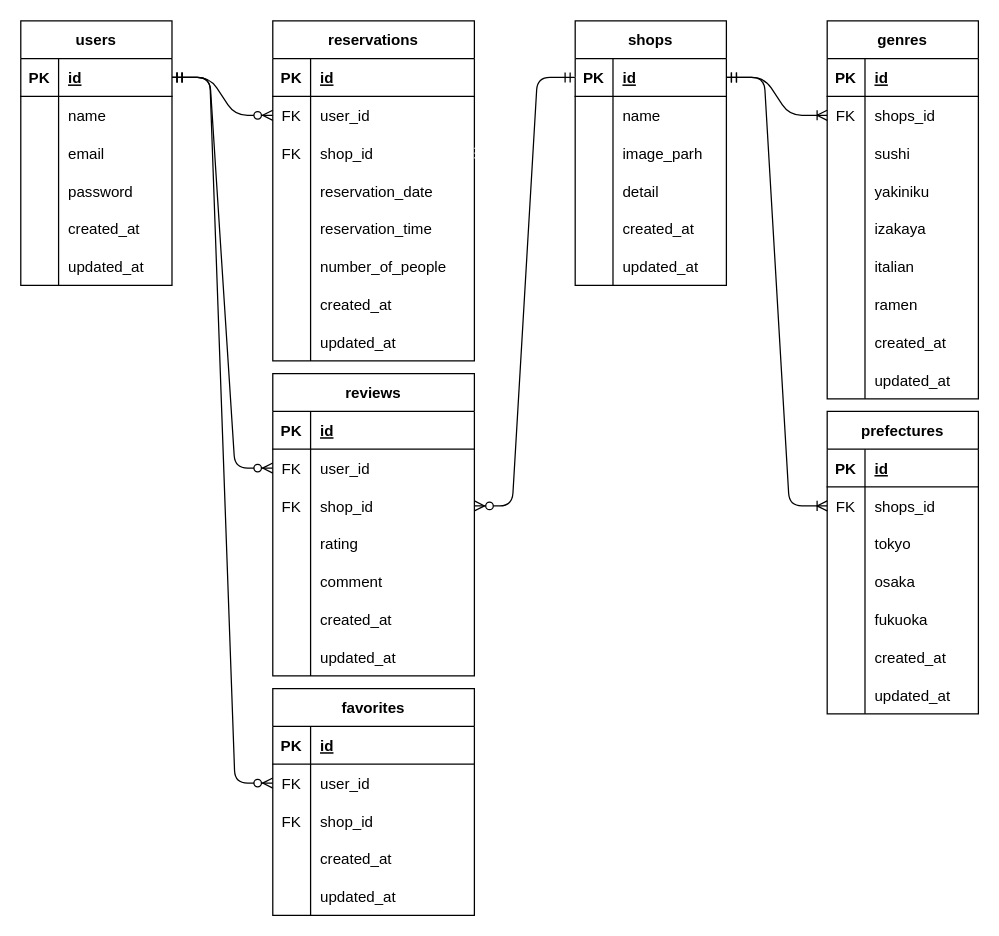
This is .drawio from teestojko/rese, a draw.io file, before an edit. Source tidied: cells renumbered, new cells numbered last; positions are measured from the earlier drawing's top-left corner, leaving out a move shared by most shapes. Both pictures are drawn from the tidied source at 126%, with x=0, y=0 at pixel (20, 20).
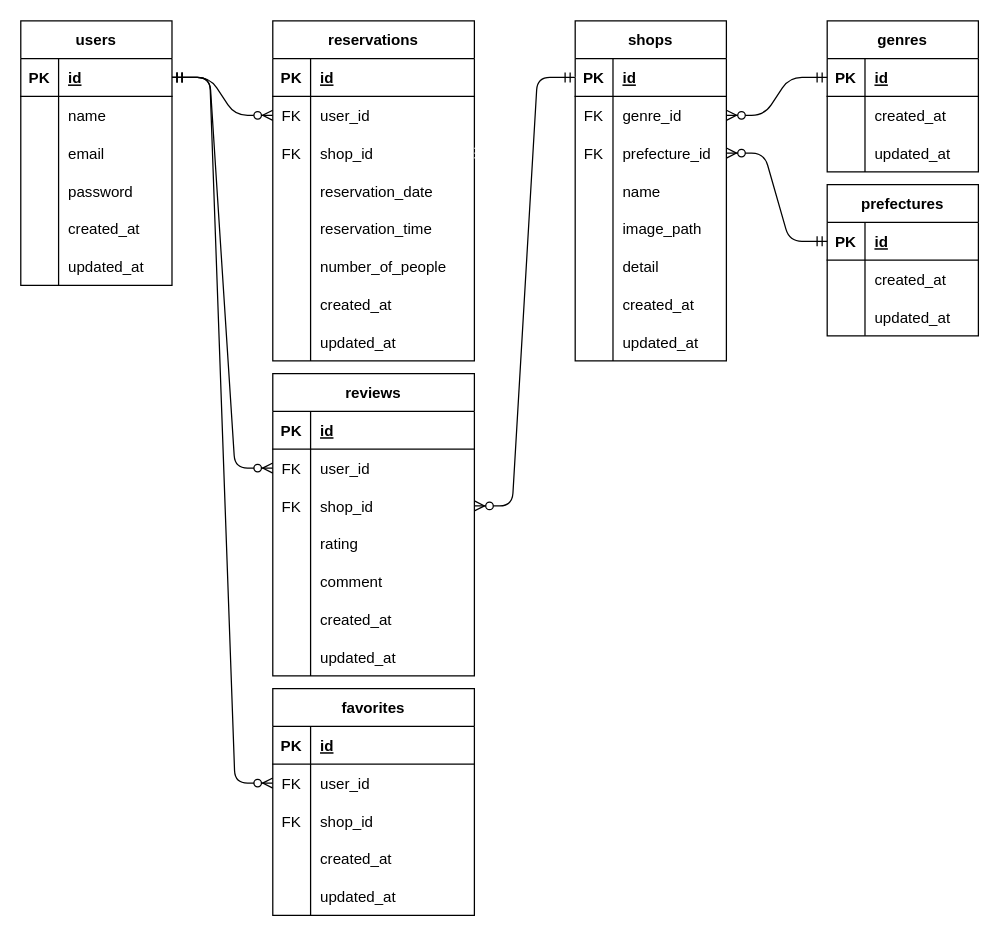
Above is the later version.

Commit message (it also covers changes not shown here):
”テーブル設計”

The change refers to these unchanged cells:
```xml
<mxCell id="3" style="shape=tableRow;horizontal=0;startSize=0;swimlaneHead=0;swimlaneBody=0;fillColor=none;points=[[0,0.5],[1,0.5]];portConstraint=eastwest;top=0;left=0;right=0;bottom=1;" parent="2" vertex="1">
  <mxGeometry y="30" width="120" height="30" as="geometry" />
</mxCell>
<mxCell id="6" style="shape=tableRow;horizontal=0;startSize=0;swimlaneHead=0;swimlaneBody=0;fillColor=none;points=[[0,0.5],[1,0.5]];portConstraint=eastwest;top=0;left=0;right=0;bottom=0;" parent="2" vertex="1">
  <mxGeometry y="60" width="120" height="30" as="geometry" />
</mxCell>
<mxCell id="9" style="shape=tableRow;horizontal=0;startSize=0;swimlaneHead=0;swimlaneBody=0;fillColor=none;points=[[0,0.5],[1,0.5]];portConstraint=eastwest;top=0;left=0;right=0;bottom=0;" parent="2" vertex="1">
  <mxGeometry y="90" width="120" height="30" as="geometry" />
</mxCell>
<mxCell id="12" style="shape=tableRow;horizontal=0;startSize=0;swimlaneHead=0;swimlaneBody=0;fillColor=none;top=0;left=0;right=0;bottom=0;" parent="2" vertex="1">
  <mxGeometry y="120" width="120" height="30" as="geometry" />
</mxCell>
<mxCell id="15" style="shape=tableRow;horizontal=0;startSize=0;swimlaneHead=0;swimlaneBody=0;fillColor=none;top=0;left=0;right=0;bottom=0;" parent="2" vertex="1">
  <mxGeometry y="150" width="120" height="30" as="geometry" />
</mxCell>
<mxCell id="18" style="shape=tableRow;horizontal=0;startSize=0;swimlaneHead=0;swimlaneBody=0;fillColor=none;top=0;left=0;right=0;bottom=0;" parent="2" vertex="1">
  <mxGeometry y="180" width="120" height="30" as="geometry" />
</mxCell>
<mxCell id="110" style="shape=tableRow;horizontal=0;startSize=0;swimlaneHead=0;swimlaneBody=0;fillColor=none;points=[[0,0.5],[1,0.5]];portConstraint=eastwest;top=0;left=0;right=0;bottom=1;" parent="109" vertex="1">
  <mxGeometry y="30" width="120" height="30" as="geometry" />
</mxCell>
<mxCell id="138" style="shape=tableRow;horizontal=0;startSize=0;swimlaneHead=0;swimlaneBody=0;fillColor=none;points=[[0,0.5],[1,0.5]];portConstraint=eastwest;top=0;left=0;right=0;bottom=1;" parent="137" vertex="1">
  <mxGeometry y="30" width="120" height="30" as="geometry" />
</mxCell>
```

Change to the diagram source:
```diff
@@
     <mxCell id="2" value="shops" style="shape=table;startSize=30;childLayout=tableLayout;rowLines=0;fontStyle=1;align=center;" parent="1" vertex="1">
-      <mxGeometry x="440" width="120" height="210" as="geometry" />
+      <mxGeometry x="440" width="120" height="270" as="geometry" />
     </mxCell>
@@
-    <mxCell id="7" style="shape=partialRectangle;fillColor=none;top=0;left=0;bottom=0;right=0;overflow=hidden;" parent="6" vertex="1">
+    <mxCell id="7" value="FK" style="shape=partialRectangle;fillColor=none;top=0;left=0;bottom=0;right=0;overflow=hidden;" parent="6" vertex="1">
       <mxGeometry width="30" height="30" as="geometry" />
     </mxCell>
-    <mxCell id="8" value="name" style="shape=partialRectangle;fillColor=none;top=0;left=0;bottom=0;right=0;align=left;spacingLeft=6;overflow=hidden;" parent="6" vertex="1">
+    <mxCell id="8" value="genre_id" style="shape=partialRectangle;fillColor=none;top=0;left=0;bottom=0;right=0;align=left;spacingLeft=6;overflow=hidden;" parent="6" vertex="1">
       <mxGeometry x="30" width="90" height="30" as="geometry" />
     </mxCell>
@@
-    <mxCell id="10" style="shape=partialRectangle;fillColor=none;top=0;left=0;bottom=0;right=0;overflow=hidden;" parent="9" vertex="1">
+    <mxCell id="10" value="FK" style="shape=partialRectangle;fillColor=none;top=0;left=0;bottom=0;right=0;overflow=hidden;" parent="9" vertex="1">
       <mxGeometry width="30" height="30" as="geometry" />
     </mxCell>
-    <mxCell id="11" value="image_parh" style="shape=partialRectangle;fillColor=none;top=0;left=0;bottom=0;right=0;align=left;spacingLeft=6;overflow=hidden;" parent="9" vertex="1">
+    <mxCell id="11" value="prefecture_id" style="shape=partialRectangle;fillColor=none;top=0;left=0;bottom=0;right=0;align=left;spacingLeft=6;overflow=hidden;" parent="9" vertex="1">
       <mxGeometry x="30" width="90" height="30" as="geometry" />
     </mxCell>
@@
-    <mxCell id="14" value="detail" style="shape=partialRectangle;fillColor=none;top=0;left=0;bottom=0;right=0;align=left;spacingLeft=6;overflow=hidden;" parent="12" vertex="1">
+    <mxCell id="14" value="name" style="shape=partialRectangle;fillColor=none;top=0;left=0;bottom=0;right=0;align=left;spacingLeft=6;overflow=hidden;" parent="12" vertex="1">
       <mxGeometry x="30" width="90" height="30" as="geometry" />
     </mxCell>
@@
-    <mxCell id="17" value="created_at" style="shape=partialRectangle;fillColor=none;top=0;left=0;bottom=0;right=0;align=left;spacingLeft=6;overflow=hidden;" parent="15" vertex="1">
+    <mxCell id="17" value="image_path" style="shape=partialRectangle;fillColor=none;top=0;left=0;bottom=0;right=0;align=left;spacingLeft=6;overflow=hidden;" parent="15" vertex="1">
       <mxGeometry x="30" width="90" height="30" as="geometry" />
     </mxCell>
@@
-    <mxCell id="20" value="updated_at" style="shape=partialRectangle;fillColor=none;top=0;left=0;bottom=0;right=0;align=left;spacingLeft=6;overflow=hidden;" parent="18" vertex="1">
+    <mxCell id="20" value="detail" style="shape=partialRectangle;fillColor=none;top=0;left=0;bottom=0;right=0;align=left;spacingLeft=6;overflow=hidden;" parent="18" vertex="1">
       <mxGeometry x="30" width="90" height="30" as="geometry" />
     </mxCell>
+    <mxCell id="128" style="shape=tableRow;horizontal=0;startSize=0;swimlaneHead=0;swimlaneBody=0;fillColor=none;top=0;left=0;right=0;bottom=0;" parent="2" vertex="1">
+      <mxGeometry y="210" width="120" height="30" as="geometry" />
+    </mxCell>
+    <mxCell id="161" style="shape=partialRectangle;fillColor=none;top=0;left=0;bottom=0;right=0;overflow=hidden;" parent="128" vertex="1">
+      <mxGeometry width="30" height="30" as="geometry" />
+    </mxCell>
+    <mxCell id="162" value="created_at" style="shape=partialRectangle;fillColor=none;top=0;left=0;bottom=0;right=0;align=left;spacingLeft=6;overflow=hidden;" parent="128" vertex="1">
+      <mxGeometry x="30" width="90" height="30" as="geometry" />
+    </mxCell>
+    <mxCell id="163" style="shape=tableRow;horizontal=0;startSize=0;swimlaneHead=0;swimlaneBody=0;fillColor=none;top=0;left=0;right=0;bottom=0;" parent="2" vertex="1">
+      <mxGeometry y="240" width="120" height="30" as="geometry" />
+    </mxCell>
+    <mxCell id="164" style="shape=partialRectangle;fillColor=none;top=0;left=0;bottom=0;right=0;overflow=hidden;" parent="163" vertex="1">
+      <mxGeometry width="30" height="30" as="geometry" />
+    </mxCell>
+    <mxCell id="165" value="updated_at" style="shape=partialRectangle;fillColor=none;top=0;left=0;bottom=0;right=0;align=left;spacingLeft=6;overflow=hidden;" parent="163" vertex="1">
+      <mxGeometry x="30" width="90" height="30" as="geometry" />
+    </mxCell>
@@
     <mxCell id="109" value="genres" style="shape=table;startSize=30;childLayout=tableLayout;rowLines=0;fontStyle=1;align=center;" parent="1" vertex="1">
-      <mxGeometry x="640" width="120" height="300" as="geometry" />
+      <mxGeometry x="640" width="120" height="120" as="geometry" />
     </mxCell>
@@
-    <mxCell id="113" style="shape=tableRow;horizontal=0;startSize=0;swimlaneHead=0;swimlaneBody=0;fillColor=none;points=[[0,0.5],[1,0.5]];portConstraint=eastwest;top=0;left=0;right=0;bottom=0;" parent="109" vertex="1">
-      <mxGeometry y="60" width="120" height="30" as="geometry" />
-    </mxCell>
-    <mxCell id="114" value="FK" style="shape=partialRectangle;fillColor=none;top=0;left=0;bottom=0;right=0;overflow=hidden;" parent="113" vertex="1">
-      <mxGeometry width="30" height="30" as="geometry" />
-    </mxCell>
-    <mxCell id="115" value="shops_id" style="shape=partialRectangle;fillColor=none;top=0;left=0;bottom=0;right=0;align=left;spacingLeft=6;overflow=hidden;" parent="113" vertex="1">
-      <mxGeometry x="30" width="90" height="30" as="geometry" />
-    </mxCell>
-    <mxCell id="116" style="shape=tableRow;horizontal=0;startSize=0;swimlaneHead=0;swimlaneBody=0;fillColor=none;top=0;left=0;right=0;bottom=0;" parent="109" vertex="1">
-      <mxGeometry y="90" width="120" height="30" as="geometry" />
-    </mxCell>
-    <mxCell id="117" style="shape=partialRectangle;fillColor=none;top=0;left=0;bottom=0;right=0;overflow=hidden;" parent="116" vertex="1">
-      <mxGeometry width="30" height="30" as="geometry" />
-    </mxCell>
-    <mxCell id="118" value="sushi" style="shape=partialRectangle;fillColor=none;top=0;left=0;bottom=0;right=0;align=left;spacingLeft=6;overflow=hidden;" parent="116" vertex="1">
-      <mxGeometry x="30" width="90" height="30" as="geometry" />
-    </mxCell>
-    <mxCell id="119" style="shape=tableRow;horizontal=0;startSize=0;swimlaneHead=0;swimlaneBody=0;fillColor=none;top=0;left=0;right=0;bottom=0;" parent="109" vertex="1">
-      <mxGeometry y="120" width="120" height="30" as="geometry" />
-    </mxCell>
-    <mxCell id="120" style="shape=partialRectangle;fillColor=none;top=0;left=0;bottom=0;right=0;overflow=hidden;" parent="119" vertex="1">
-      <mxGeometry width="30" height="30" as="geometry" />
-    </mxCell>
-    <mxCell id="121" value="yakiniku" style="shape=partialRectangle;fillColor=none;top=0;left=0;bottom=0;right=0;align=left;spacingLeft=6;overflow=hidden;" parent="119" vertex="1">
-      <mxGeometry x="30" width="90" height="30" as="geometry" />
-    </mxCell>
-    <mxCell id="122" style="shape=tableRow;horizontal=0;startSize=0;swimlaneHead=0;swimlaneBody=0;fillColor=none;top=0;left=0;right=0;bottom=0;" parent="109" vertex="1">
-      <mxGeometry y="150" width="120" height="30" as="geometry" />
-    </mxCell>
-    <mxCell id="123" style="shape=partialRectangle;fillColor=none;top=0;left=0;bottom=0;right=0;overflow=hidden;" parent="122" vertex="1">
-      <mxGeometry width="30" height="30" as="geometry" />
-    </mxCell>
-    <mxCell id="124" value="izakaya" style="shape=partialRectangle;fillColor=none;top=0;left=0;bottom=0;right=0;align=left;spacingLeft=6;overflow=hidden;" parent="122" vertex="1">
-      <mxGeometry x="30" width="90" height="30" as="geometry" />
-    </mxCell>
-    <mxCell id="125" style="shape=tableRow;horizontal=0;startSize=0;swimlaneHead=0;swimlaneBody=0;fillColor=none;top=0;left=0;right=0;bottom=0;" parent="109" vertex="1">
-      <mxGeometry y="180" width="120" height="30" as="geometry" />
-    </mxCell>
-    <mxCell id="126" style="shape=partialRectangle;fillColor=none;top=0;left=0;bottom=0;right=0;overflow=hidden;" parent="125" vertex="1">
-      <mxGeometry width="30" height="30" as="geometry" />
-    </mxCell>
-    <mxCell id="127" value="italian" style="shape=partialRectangle;fillColor=none;top=0;left=0;bottom=0;right=0;align=left;spacingLeft=6;overflow=hidden;" parent="125" vertex="1">
-      <mxGeometry x="30" width="90" height="30" as="geometry" />
-    </mxCell>
-    <mxCell id="128" style="shape=tableRow;horizontal=0;startSize=0;swimlaneHead=0;swimlaneBody=0;fillColor=none;top=0;left=0;right=0;bottom=0;" parent="109" vertex="1">
-      <mxGeometry y="210" width="120" height="30" as="geometry" />
-    </mxCell>
-    <mxCell id="129" style="shape=partialRectangle;fillColor=none;top=0;left=0;bottom=0;right=0;overflow=hidden;" parent="128" vertex="1">
-      <mxGeometry width="30" height="30" as="geometry" />
-    </mxCell>
-    <mxCell id="130" value="ramen" style="shape=partialRectangle;fillColor=none;top=0;left=0;bottom=0;right=0;align=left;spacingLeft=6;overflow=hidden;" parent="128" vertex="1">
-      <mxGeometry x="30" width="90" height="30" as="geometry" />
-    </mxCell>
     <mxCell id="131" style="shape=tableRow;horizontal=0;startSize=0;swimlaneHead=0;swimlaneBody=0;fillColor=none;top=0;left=0;right=0;bottom=0;" parent="109" vertex="1">
-      <mxGeometry y="240" width="120" height="30" as="geometry" />
+      <mxGeometry y="60" width="120" height="30" as="geometry" />
     </mxCell>
@@
     <mxCell id="134" style="shape=tableRow;horizontal=0;startSize=0;swimlaneHead=0;swimlaneBody=0;fillColor=none;top=0;left=0;right=0;bottom=0;" parent="109" vertex="1">
-      <mxGeometry y="270" width="120" height="30" as="geometry" />
+      <mxGeometry y="90" width="120" height="30" as="geometry" />
     </mxCell>
@@
     <mxCell id="137" value="prefectures" style="shape=table;startSize=30;childLayout=tableLayout;rowLines=0;fontStyle=1;align=center;" parent="1" vertex="1">
-      <mxGeometry x="640" y="310" width="120" height="240" as="geometry" />
+      <mxGeometry x="640" y="130" width="120" height="120" as="geometry" />
     </mxCell>
@@
-    <mxCell id="141" style="shape=tableRow;horizontal=0;startSize=0;swimlaneHead=0;swimlaneBody=0;fillColor=none;points=[[0,0.5],[1,0.5]];portConstraint=eastwest;top=0;left=0;right=0;bottom=0;" parent="137" vertex="1">
-      <mxGeometry y="60" width="120" height="30" as="geometry" />
-    </mxCell>
-    <mxCell id="142" value="FK" style="shape=partialRectangle;fillColor=none;top=0;left=0;bottom=0;right=0;overflow=hidden;" parent="141" vertex="1">
-      <mxGeometry width="30" height="30" as="geometry" />
-    </mxCell>
-    <mxCell id="143" value="shops_id" style="shape=partialRectangle;fillColor=none;top=0;left=0;bottom=0;right=0;align=left;spacingLeft=6;overflow=hidden;" parent="141" vertex="1">
-      <mxGeometry x="30" width="90" height="30" as="geometry" />
-    </mxCell>
-    <mxCell id="144" style="shape=tableRow;horizontal=0;startSize=0;swimlaneHead=0;swimlaneBody=0;fillColor=none;top=0;left=0;right=0;bottom=0;" parent="137" vertex="1">
-      <mxGeometry y="90" width="120" height="30" as="geometry" />
-    </mxCell>
-    <mxCell id="145" style="shape=partialRectangle;fillColor=none;top=0;left=0;bottom=0;right=0;overflow=hidden;" parent="144" vertex="1">
-      <mxGeometry width="30" height="30" as="geometry" />
-    </mxCell>
-    <mxCell id="146" value="tokyo" style="shape=partialRectangle;fillColor=none;top=0;left=0;bottom=0;right=0;align=left;spacingLeft=6;overflow=hidden;" parent="144" vertex="1">
-      <mxGeometry x="30" width="90" height="30" as="geometry" />
-    </mxCell>
-    <mxCell id="147" style="shape=tableRow;horizontal=0;startSize=0;swimlaneHead=0;swimlaneBody=0;fillColor=none;top=0;left=0;right=0;bottom=0;" parent="137" vertex="1">
-      <mxGeometry y="120" width="120" height="30" as="geometry" />
-    </mxCell>
-    <mxCell id="148" style="shape=partialRectangle;fillColor=none;top=0;left=0;bottom=0;right=0;overflow=hidden;" parent="147" vertex="1">
-      <mxGeometry width="30" height="30" as="geometry" />
-    </mxCell>
-    <mxCell id="149" value="osaka" style="shape=partialRectangle;fillColor=none;top=0;left=0;bottom=0;right=0;align=left;spacingLeft=6;overflow=hidden;" parent="147" vertex="1">
-      <mxGeometry x="30" width="90" height="30" as="geometry" />
-    </mxCell>
-    <mxCell id="150" style="shape=tableRow;horizontal=0;startSize=0;swimlaneHead=0;swimlaneBody=0;fillColor=none;top=0;left=0;right=0;bottom=0;" parent="137" vertex="1">
-      <mxGeometry y="150" width="120" height="30" as="geometry" />
-    </mxCell>
-    <mxCell id="151" style="shape=partialRectangle;fillColor=none;top=0;left=0;bottom=0;right=0;overflow=hidden;" parent="150" vertex="1">
-      <mxGeometry width="30" height="30" as="geometry" />
-    </mxCell>
-    <mxCell id="152" value="fukuoka" style="shape=partialRectangle;fillColor=none;top=0;left=0;bottom=0;right=0;align=left;spacingLeft=6;overflow=hidden;" parent="150" vertex="1">
-      <mxGeometry x="30" width="90" height="30" as="geometry" />
-    </mxCell>
     <mxCell id="153" style="shape=tableRow;horizontal=0;startSize=0;swimlaneHead=0;swimlaneBody=0;fillColor=none;top=0;left=0;right=0;bottom=0;" parent="137" vertex="1">
-      <mxGeometry y="180" width="120" height="30" as="geometry" />
+      <mxGeometry y="60" width="120" height="30" as="geometry" />
     </mxCell>
@@
     <mxCell id="156" style="shape=tableRow;horizontal=0;startSize=0;swimlaneHead=0;swimlaneBody=0;fillColor=none;top=0;left=0;right=0;bottom=0;" parent="137" vertex="1">
-      <mxGeometry y="210" width="120" height="30" as="geometry" />
+      <mxGeometry y="90" width="120" height="30" as="geometry" />
     </mxCell>
@@
-    <mxCell id="159" style="edgeStyle=entityRelationEdgeStyle;fontSize=12;html=1;endArrow=ERoneToMany;startArrow=ERmandOne;" parent="1" edge="1" source="3" target="113">
-      <mxGeometry relative="1" as="geometry" />
-    </mxCell>
-    <mxCell id="160" style="edgeStyle=entityRelationEdgeStyle;fontSize=12;html=1;endArrow=ERoneToMany;startArrow=ERmandOne;" parent="1" edge="1" source="3" target="141">
-      <mxGeometry relative="1" as="geometry" />
-    </mxCell>
+    <mxCell id="166" style="edgeStyle=entityRelationEdgeStyle;fontSize=12;html=1;endArrow=ERzeroToMany;startArrow=ERmandOne;" parent="1" edge="1" source="110" target="6">
+      <mxGeometry relative="1" as="geometry" />
+    </mxCell>
+    <mxCell id="167" style="edgeStyle=entityRelationEdgeStyle;fontSize=12;html=1;endArrow=ERzeroToMany;startArrow=ERmandOne;" parent="1" edge="1" source="138" target="9">
+      <mxGeometry relative="1" as="geometry" />
+    </mxCell>
```
